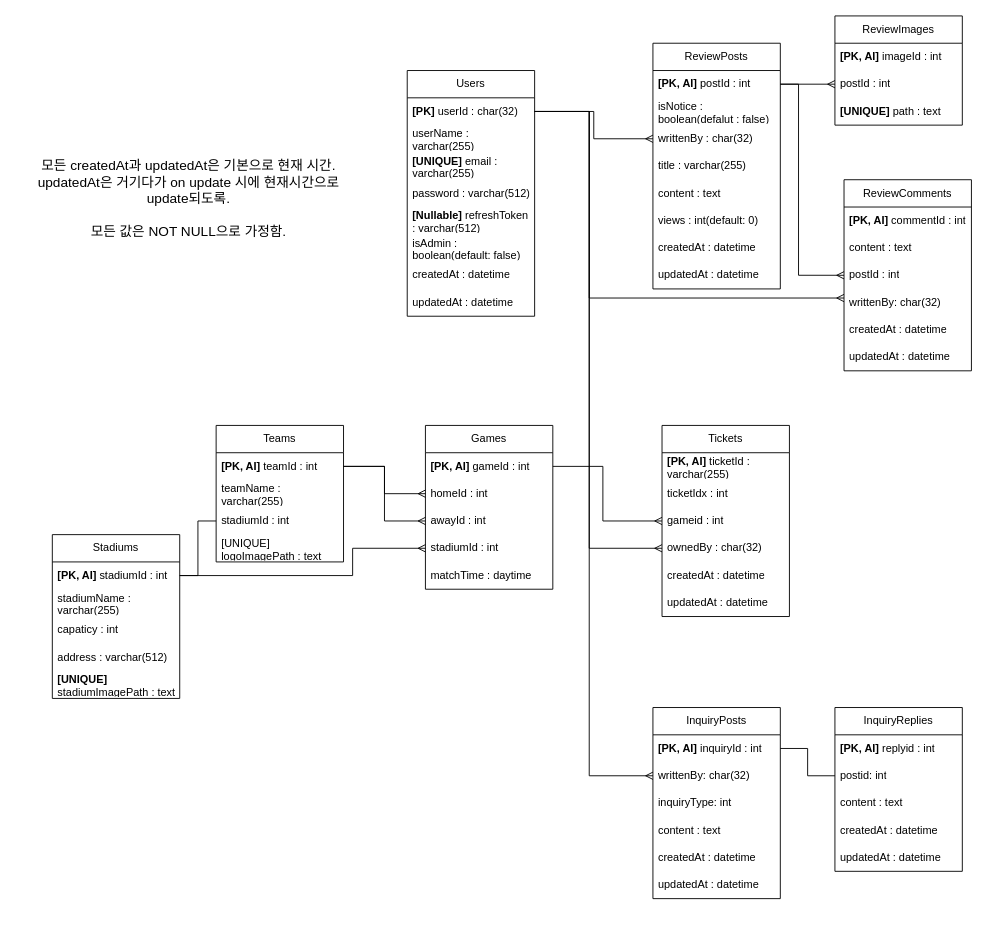
Before: 제목 없는 다이어그램.drawio in fudoge/koreaticket-server, a draw.io diagram. Source tidied: cells renumbered, new cells numbered last; positions are measured from the earlier drawing's top-left corner, leaving out a move shared by most shapes. Both pictures are drawn from the tidied source at 91%, with x=0, y=0 at pixel (15, 15).
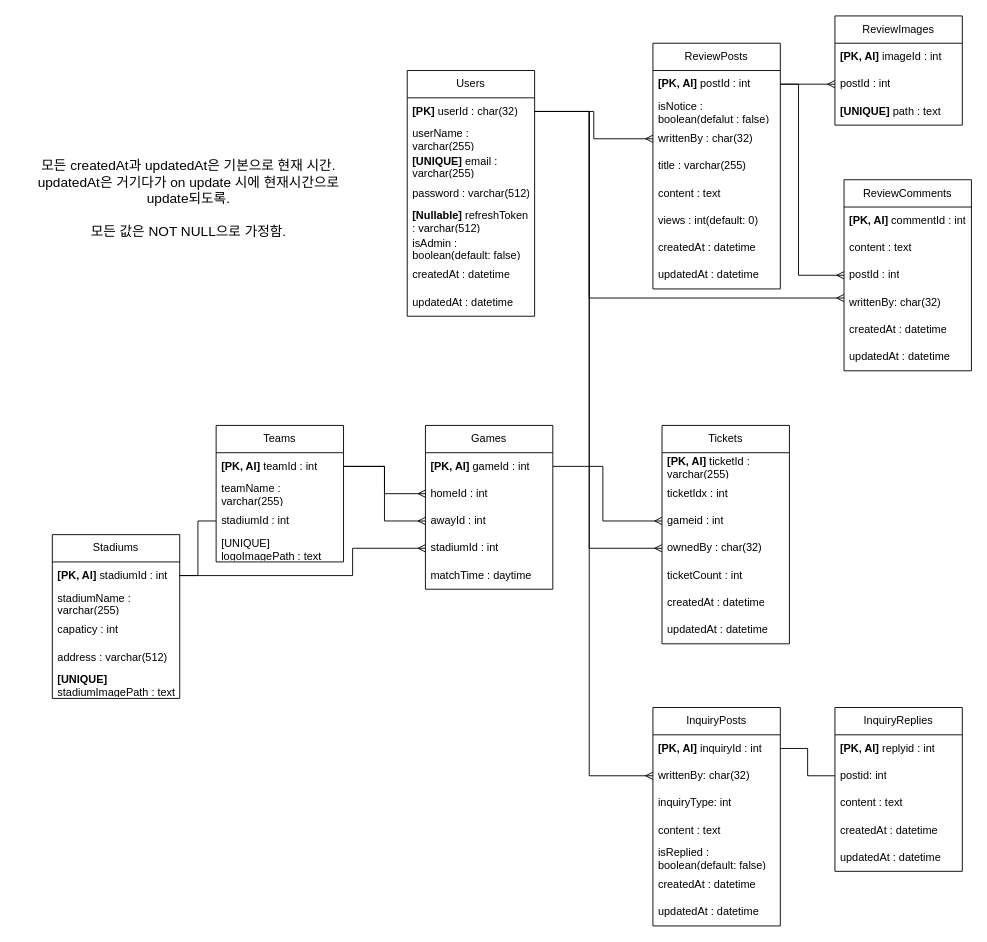
The same diagram, later.

Commit message:
ERD - 답변등록여부까지

What changed in the source:
```diff
@@
     <mxCell id="30" value="Tickets" style="swimlane;fontStyle=0;horizontal=1;startSize=30;whiteSpace=wrap;html=1;" parent="1" vertex="1">
-      <mxGeometry x="710" y="450" width="140" height="210" as="geometry" />
+      <mxGeometry x="710" y="450" width="140" height="240" as="geometry" />
     </mxCell>
@@
+    <mxCell id="81" value="ticketCount : int" style="text;strokeColor=none;fillColor=none;align=left;verticalAlign=middle;spacingLeft=4;spacingRight=4;overflow=hidden;whiteSpace=wrap;html=1;" parent="30" vertex="1">
+      <mxGeometry y="150" width="140" height="30" as="geometry" />
+    </mxCell>
     <mxCell id="35" value="createdAt : datetime" style="text;strokeColor=none;fillColor=none;align=left;verticalAlign=middle;spacingLeft=4;spacingRight=4;overflow=hidden;whiteSpace=wrap;html=1;" parent="30" vertex="1">
-      <mxGeometry y="150" width="140" height="30" as="geometry" />
+      <mxGeometry y="180" width="140" height="30" as="geometry" />
     </mxCell>
     <mxCell id="36" value="updatedAt : datetime" style="text;strokeColor=none;fillColor=none;align=left;verticalAlign=middle;spacingLeft=4;spacingRight=4;overflow=hidden;whiteSpace=wrap;html=1;" parent="30" vertex="1">
-      <mxGeometry y="180" width="140" height="30" as="geometry" />
+      <mxGeometry y="210" width="140" height="30" as="geometry" />
     </mxCell>
@@
     <mxCell id="59" value="InquiryPosts" style="swimlane;fontStyle=0;horizontal=1;startSize=30;whiteSpace=wrap;html=1;" parent="1" vertex="1">
-      <mxGeometry x="700" y="760" width="140" height="210" as="geometry" />
+      <mxGeometry x="700" y="760" width="140" height="240" as="geometry" />
     </mxCell>
@@
+    <mxCell id="82" value="isReplied : boolean(default: false)" style="text;strokeColor=none;fillColor=none;align=left;verticalAlign=middle;spacingLeft=4;spacingRight=4;overflow=hidden;whiteSpace=wrap;html=1;" parent="59" vertex="1">
+      <mxGeometry y="150" width="140" height="30" as="geometry" />
+    </mxCell>
     <mxCell id="64" value="createdAt : datetime" style="text;strokeColor=none;fillColor=none;align=left;verticalAlign=middle;spacingLeft=4;spacingRight=4;overflow=hidden;whiteSpace=wrap;html=1;" parent="59" vertex="1">
-      <mxGeometry y="150" width="140" height="30" as="geometry" />
+      <mxGeometry y="180" width="140" height="30" as="geometry" />
     </mxCell>
     <mxCell id="65" value="updatedAt : datetime" style="text;strokeColor=none;fillColor=none;align=left;verticalAlign=middle;spacingLeft=4;spacingRight=4;overflow=hidden;whiteSpace=wrap;html=1;" parent="59" vertex="1">
-      <mxGeometry y="180" width="140" height="30" as="geometry" />
+      <mxGeometry y="210" width="140" height="30" as="geometry" />
     </mxCell>
```
